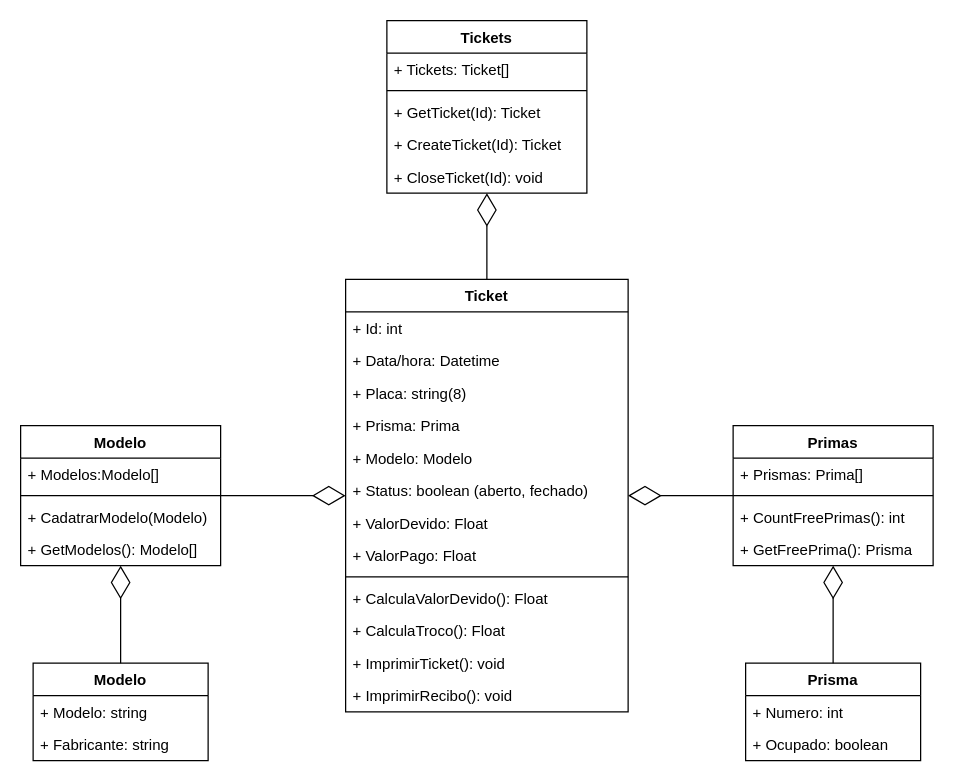
The draw.io diagram Artefato 3 - Diagrama de classes.drawio in wpavelski/Prova_Takuno, before the edit. Source tidied: cells renumbered, new cells numbered last; positions are measured from the earlier drawing's top-left corner, leaving out a move shared by most shapes. Both pictures are drawn from the tidied source at 125%, with x=0, y=0 at pixel (20, 20).
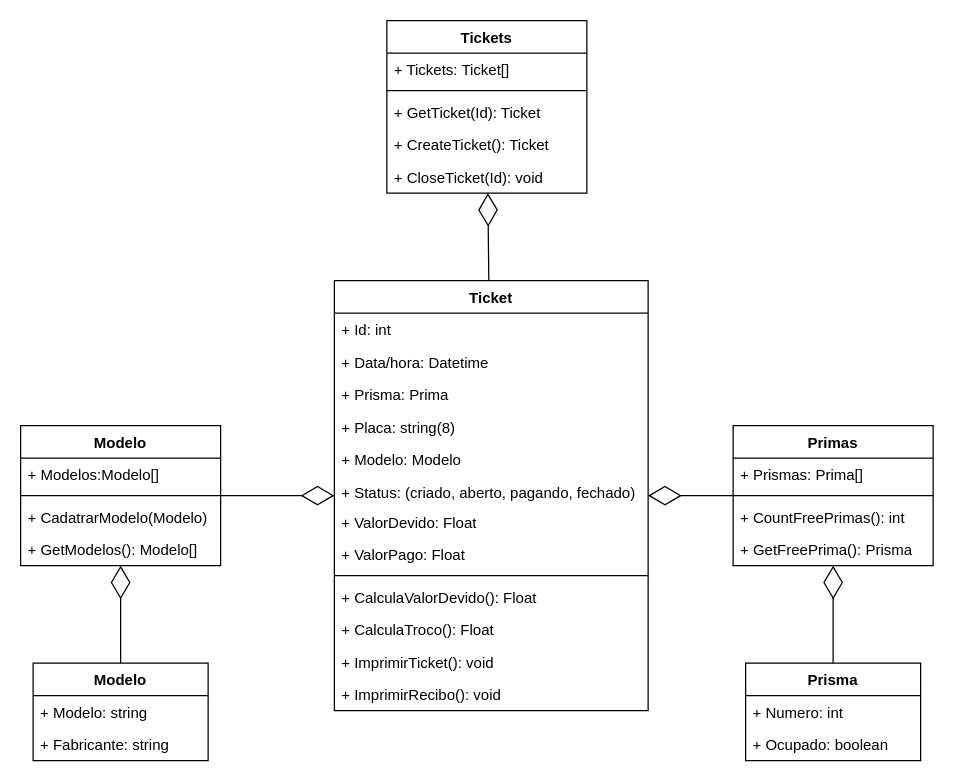
After the change.

Commit message:
Inclusão dos status no artefato 3

The change refers to these unchanged cells:
```xml
<mxCell id="6" value="Tickets" style="swimlane;fontStyle=1;align=center;verticalAlign=top;horizontal=1;startSize=26;" parent="1" vertex="1">
  <mxGeometry x="293" width="160" height="138" as="geometry" />
</mxCell>
```

Diff of the diagram source:
```diff
@@
-    <mxCell id="10" value="+ CreateTicket(Id): Ticket" style="text;strokeColor=none;fillColor=none;align=left;verticalAlign=top;spacingLeft=4;spacingRight=4;overflow=hidden;" parent="6" vertex="1">
+    <mxCell id="10" value="+ CreateTicket(): Ticket" style="text;strokeColor=none;fillColor=none;align=left;verticalAlign=top;spacingLeft=4;spacingRight=4;overflow=hidden;" parent="6" vertex="1">
       <mxGeometry y="86" width="160" height="26" as="geometry" />
     </mxCell>
@@
     <mxCell id="29" value="Ticket" style="swimlane;fontStyle=1;align=center;verticalAlign=top;horizontal=1;startSize=26;" parent="1" vertex="1">
-      <mxGeometry x="260" y="207" width="226" height="346" as="geometry" />
+      <mxGeometry x="251" y="208" width="251" height="344" as="geometry" />
     </mxCell>
     <mxCell id="30" value="+ Id: int" style="text;strokeColor=none;fillColor=none;align=left;verticalAlign=top;spacingLeft=4;spacingRight=4;overflow=hidden;" parent="29" vertex="1">
-      <mxGeometry y="26" width="226" height="26" as="geometry" />
+      <mxGeometry y="26" width="251" height="26" as="geometry" />
     </mxCell>
     <mxCell id="31" value="+ Data/hora: Datetime" style="text;strokeColor=none;fillColor=none;align=left;verticalAlign=top;spacingLeft=4;spacingRight=4;overflow=hidden;" parent="29" vertex="1">
-      <mxGeometry y="52" width="226" height="26" as="geometry" />
+      <mxGeometry y="52" width="251" height="26" as="geometry" />
     </mxCell>
+    <mxCell id="33" value="+ Prisma: Prima" style="text;strokeColor=none;fillColor=none;align=left;verticalAlign=top;spacingLeft=4;spacingRight=4;overflow=hidden;" parent="29" vertex="1">
+      <mxGeometry y="78" width="251" height="26" as="geometry" />
+    </mxCell>
     <mxCell id="32" value="+ Placa: string(8)" style="text;strokeColor=none;fillColor=none;align=left;verticalAlign=top;spacingLeft=4;spacingRight=4;overflow=hidden;" parent="29" vertex="1">
-      <mxGeometry y="78" width="226" height="26" as="geometry" />
+      <mxGeometry y="104" width="251" height="26" as="geometry" />
     </mxCell>
-    <mxCell id="33" value="+ Prisma: Prima" style="text;strokeColor=none;fillColor=none;align=left;verticalAlign=top;spacingLeft=4;spacingRight=4;overflow=hidden;" parent="29" vertex="1">
-      <mxGeometry y="104" width="226" height="26" as="geometry" />
-    </mxCell>
     <mxCell id="34" value="+ Modelo: Modelo" style="text;strokeColor=none;fillColor=none;align=left;verticalAlign=top;spacingLeft=4;spacingRight=4;overflow=hidden;" parent="29" vertex="1">
-      <mxGeometry y="130" width="226" height="26" as="geometry" />
+      <mxGeometry y="130" width="251" height="26" as="geometry" />
     </mxCell>
-    <mxCell id="35" value="+ Status: boolean (aberto, fechado)" style="text;strokeColor=none;fillColor=none;align=left;verticalAlign=top;spacingLeft=4;spacingRight=4;overflow=hidden;" parent="29" vertex="1">
-      <mxGeometry y="156" width="226" height="26" as="geometry" />
+    <mxCell id="35" value="+ Status: (criado, aberto, pagando, fechado)" style="text;strokeColor=none;fillColor=none;align=left;verticalAlign=top;spacingLeft=4;spacingRight=4;overflow=hidden;" parent="29" vertex="1">
+      <mxGeometry y="156" width="251" height="24" as="geometry" />
     </mxCell>
     <mxCell id="36" value="+ ValorDevido: Float" style="text;strokeColor=none;fillColor=none;align=left;verticalAlign=top;spacingLeft=4;spacingRight=4;overflow=hidden;" parent="29" vertex="1">
-      <mxGeometry y="182" width="226" height="26" as="geometry" />
+      <mxGeometry y="180" width="251" height="26" as="geometry" />
     </mxCell>
     <mxCell id="37" value="+ ValorPago: Float" style="text;strokeColor=none;fillColor=none;align=left;verticalAlign=top;spacingLeft=4;spacingRight=4;overflow=hidden;" parent="29" vertex="1">
-      <mxGeometry y="208" width="226" height="26" as="geometry" />
+      <mxGeometry y="206" width="251" height="26" as="geometry" />
     </mxCell>
     <mxCell id="38" style="line;strokeWidth=1;fillColor=none;align=left;verticalAlign=middle;spacingTop=-1;spacingLeft=3;spacingRight=3;labelPosition=right;" parent="29" vertex="1">
-      <mxGeometry y="234" width="226" height="8" as="geometry" />
+      <mxGeometry y="232" width="251" height="8" as="geometry" />
     </mxCell>
     <mxCell id="39" value="+ CalculaValorDevido(): Float" style="text;strokeColor=none;fillColor=none;align=left;verticalAlign=top;spacingLeft=4;spacingRight=4;overflow=hidden;" parent="29" vertex="1">
-      <mxGeometry y="242" width="226" height="26" as="geometry" />
+      <mxGeometry y="240" width="251" height="26" as="geometry" />
     </mxCell>
     <mxCell id="40" value="+ CalculaTroco(): Float" style="text;strokeColor=none;fillColor=none;align=left;verticalAlign=top;spacingLeft=4;spacingRight=4;overflow=hidden;" parent="29" vertex="1">
-      <mxGeometry y="268" width="226" height="26" as="geometry" />
+      <mxGeometry y="266" width="251" height="26" as="geometry" />
     </mxCell>
     <mxCell id="41" value="+ ImprimirTicket(): void" style="text;strokeColor=none;fillColor=none;align=left;verticalAlign=top;spacingLeft=4;spacingRight=4;overflow=hidden;" parent="29" vertex="1">
-      <mxGeometry y="294" width="226" height="26" as="geometry" />
+      <mxGeometry y="292" width="251" height="26" as="geometry" />
     </mxCell>
     <mxCell id="42" value="+ ImprimirRecibo(): void" style="text;strokeColor=none;fillColor=none;align=left;verticalAlign=top;spacingLeft=4;spacingRight=4;overflow=hidden;" parent="29" vertex="1">
-      <mxGeometry y="320" width="226" height="26" as="geometry" />
+      <mxGeometry y="318" width="251" height="26" as="geometry" />
     </mxCell>
```
